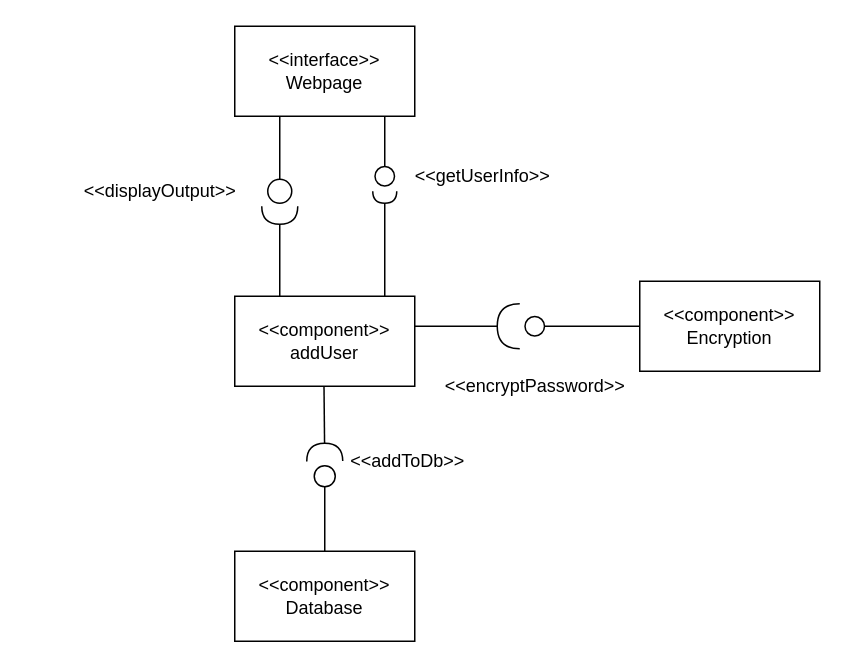
Above: page "AddUser" (1 of 8) of DesignDocument1.drawio in ImBrent/ClassWork (draw.io), before the change. Source tidied: cells renumbered, new cells numbered last; positions are measured from the earlier drawing's top-left corner, leaving out a move shared by most shapes. Both pictures are drawn from the tidied source at 150%, with x=0, y=0 at pixel (69, 26).
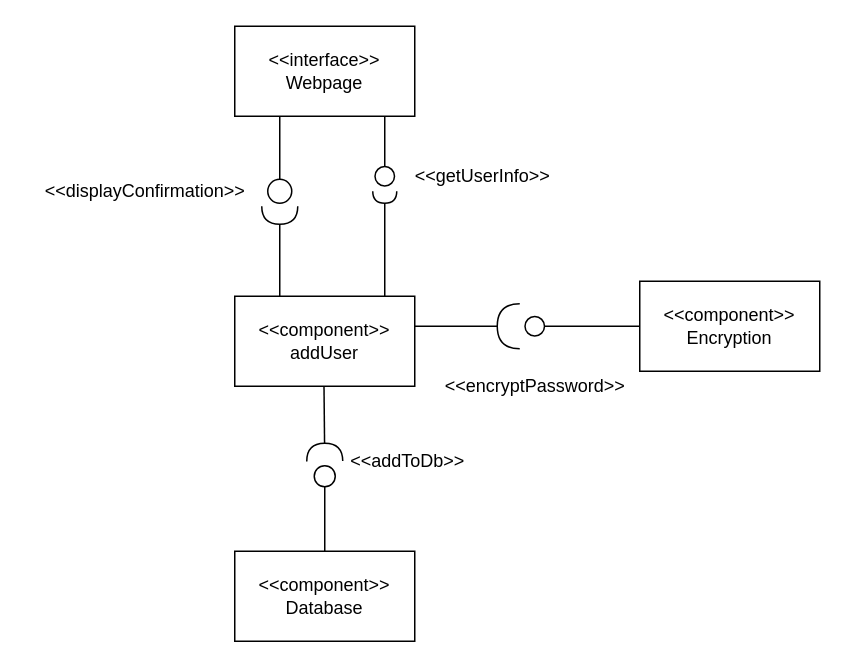
The same page after the edit.

Diff of the diagram source:
```diff
@@
-    <mxCell id="14" value="&amp;lt;&amp;lt;displayOutput&amp;gt;&amp;gt;" style="text;html=1;align=center;verticalAlign=middle;" parent="1" vertex="1">
-      <mxGeometry y="100" width="120" height="20" as="geometry" />
+    <mxCell id="14" value="&amp;lt;&amp;lt;displayConfirmation&amp;gt;&amp;gt;" style="text;html=1;align=center;verticalAlign=middle;" parent="1" vertex="1">
+      <mxGeometry x="-29" y="101" width="158" height="18" as="geometry" />
     </mxCell>
```
